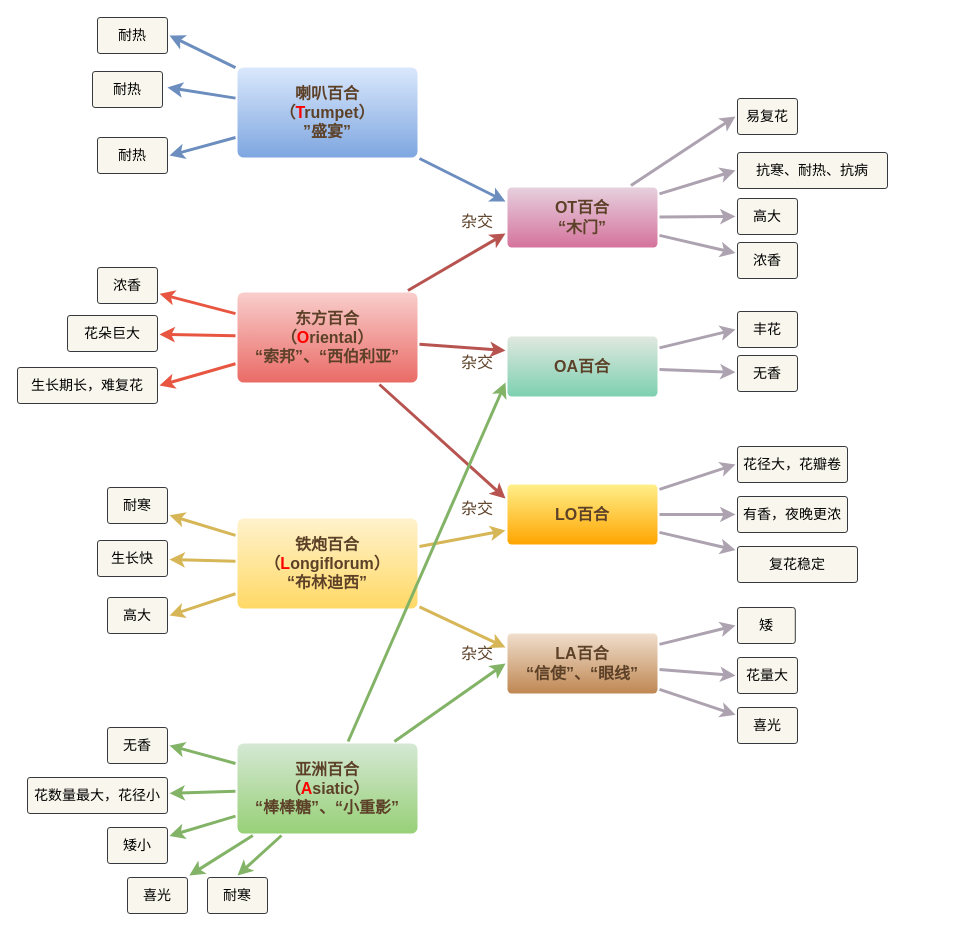
This is botany/lily.drawio from tpcx/draw-public, a draw.io file, before an edit. Source tidied: cells renumbered, new cells numbered last; positions are measured from the earlier drawing's top-left corner, leaving out a move shared by most shapes. Both pictures are drawn from the tidied source at 100%, with x=0, y=0 at pixel (17, 17).
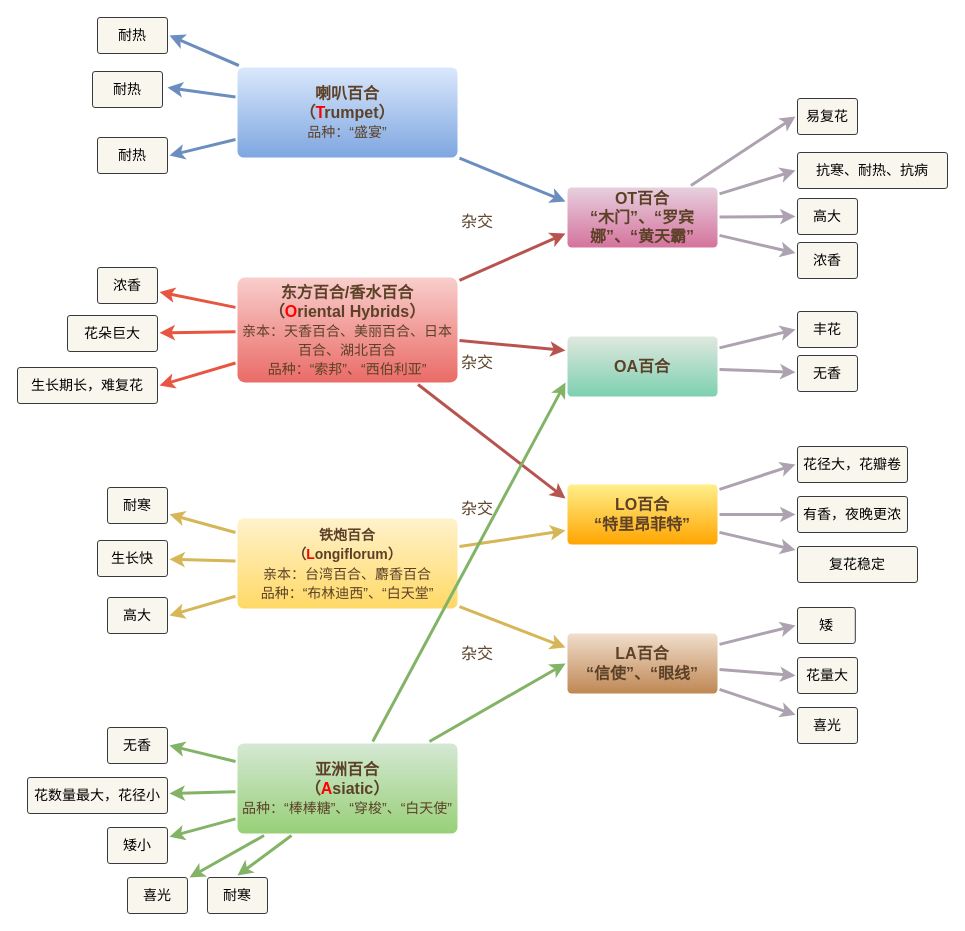
After the change.

The edit, as a diff of the source:
```diff
@@
-    <mxCell id="13" value="东方百合&lt;br&gt;（&lt;font color=&quot;#ff0000&quot;&gt;O&lt;/font&gt;riental）&lt;br style=&quot;font-size: 16px&quot;&gt;“索邦”、“西伯利亚”" style="rounded=1;whiteSpace=wrap;html=1;shadow=0;labelBackgroundColor=none;strokeWidth=3;fontFamily=Helvetica;fontSize=16;align=center;spacing=5;fontStyle=1;arcSize=7;perimeterSpacing=2;fillColor=#f8cecc;gradientColor=#ea6b66;strokeColor=none;fontColor=#5C4128;" parent="1" vertex="1">
-      <mxGeometry x="220" y="275" width="180" height="90" as="geometry" />
+    <mxCell id="13" value="东方百合/香水百合&lt;br&gt;（&lt;font color=&quot;#ff0000&quot;&gt;O&lt;/font&gt;riental Hybrids）&lt;br&gt;&lt;span style=&quot;font-weight: normal ; font-size: 14px&quot;&gt;亲本：天香百合、美丽百合、日本百合、湖北百合&lt;br&gt;品种：“索邦”、“西伯利亚”&lt;/span&gt;" style="rounded=1;whiteSpace=wrap;html=1;shadow=0;labelBackgroundColor=none;strokeWidth=3;fontFamily=Helvetica;fontSize=16;align=center;spacing=5;fontStyle=1;arcSize=7;perimeterSpacing=2;fillColor=#f8cecc;gradientColor=#ea6b66;strokeColor=none;fontColor=#5C4128;" parent="1" vertex="1">
+      <mxGeometry x="220" y="260" width="220" height="105" as="geometry" />
     </mxCell>
@@
-    <mxCell id="17" value="&lt;font style=&quot;font-size: 16px&quot;&gt;铁炮百合&lt;br&gt;（&lt;font color=&quot;#ff0000&quot;&gt;L&lt;/font&gt;ongiflorum）&lt;br style=&quot;font-size: 16px&quot;&gt;“布林迪西”&lt;br style=&quot;font-size: 16px&quot;&gt;&lt;/font&gt;" style="rounded=1;whiteSpace=wrap;html=1;shadow=0;labelBackgroundColor=none;strokeWidth=3;fontFamily=Helvetica;fontSize=16;align=center;spacing=5;fontStyle=1;arcSize=7;perimeterSpacing=2;gradientColor=#ffd966;fillColor=#fff2cc;strokeColor=none;fontColor=#5C4128;" parent="1" vertex="1">
-      <mxGeometry x="220" y="501" width="180" height="90" as="geometry" />
+    <mxCell id="17" value="&lt;font style=&quot;font-size: 14px&quot;&gt;铁炮百合&lt;br&gt;（&lt;font color=&quot;#ff0000&quot;&gt;L&lt;/font&gt;ongiflorum）&lt;br&gt;&lt;span style=&quot;font-weight: normal&quot;&gt;亲本：台湾百合、麝香百合&lt;br&gt;品种：“布林迪西”、“白天堂”&lt;/span&gt;&lt;br style=&quot;font-size: 16px&quot;&gt;&lt;/font&gt;" style="rounded=1;whiteSpace=wrap;html=1;shadow=0;labelBackgroundColor=none;strokeWidth=3;fontFamily=Helvetica;fontSize=16;align=center;spacing=5;fontStyle=1;arcSize=7;perimeterSpacing=2;gradientColor=#ffd966;fillColor=#fff2cc;strokeColor=none;fontColor=#5C4128;" parent="1" vertex="1">
+      <mxGeometry x="220" y="501" width="220" height="90" as="geometry" />
     </mxCell>
-    <mxCell id="18" value="亚洲百合&lt;br&gt;（&lt;font color=&quot;#ff0000&quot;&gt;A&lt;/font&gt;siatic）&lt;br style=&quot;font-size: 16px&quot;&gt;“棒棒糖”、“小重影”" style="rounded=1;whiteSpace=wrap;html=1;shadow=0;labelBackgroundColor=none;strokeWidth=3;fontFamily=Helvetica;fontSize=16;align=center;spacing=5;fontStyle=1;arcSize=7;perimeterSpacing=2;fillColor=#d5e8d4;gradientColor=#97d077;strokeColor=none;fontColor=#5C4128;" parent="1" vertex="1">
-      <mxGeometry x="220" y="726" width="180" height="90" as="geometry" />
+    <mxCell id="18" value="亚洲百合&lt;br&gt;（&lt;font color=&quot;#ff0000&quot;&gt;A&lt;/font&gt;siatic）&lt;br style=&quot;font-size: 16px&quot;&gt;&lt;span style=&quot;font-weight: normal&quot;&gt;&lt;font style=&quot;font-size: 14px&quot;&gt;品种：“棒棒糖”、“穿梭”、“白天使”&lt;/font&gt;&lt;/span&gt;" style="rounded=1;whiteSpace=wrap;html=1;shadow=0;labelBackgroundColor=none;strokeWidth=3;fontFamily=Helvetica;fontSize=16;align=center;spacing=5;fontStyle=1;arcSize=7;perimeterSpacing=2;fillColor=#d5e8d4;gradientColor=#97d077;strokeColor=none;fontColor=#5C4128;" parent="1" vertex="1">
+      <mxGeometry x="220" y="726" width="220" height="90" as="geometry" />
     </mxCell>
@@
-    <mxCell id="22" value="喇叭百合&lt;br&gt;（&lt;font color=&quot;#ff0000&quot;&gt;T&lt;/font&gt;rumpet）&lt;br style=&quot;font-size: 16px&quot;&gt;”盛宴”" style="rounded=1;whiteSpace=wrap;html=1;shadow=0;labelBackgroundColor=none;strokeWidth=3;fontFamily=Helvetica;fontSize=16;align=center;spacing=5;fontStyle=1;arcSize=7;perimeterSpacing=2;fillColor=#dae8fc;gradientColor=#7ea6e0;strokeColor=none;fontColor=#5C4128;" parent="1" vertex="1">
-      <mxGeometry x="220" y="50" width="180" height="90" as="geometry" />
+    <mxCell id="22" value="喇叭百合&lt;br&gt;（&lt;font color=&quot;#ff0000&quot;&gt;T&lt;/font&gt;rumpet）&lt;br style=&quot;font-size: 16px&quot;&gt;&lt;span style=&quot;font-weight: normal&quot;&gt;&lt;font style=&quot;font-size: 14px&quot;&gt;品种：“盛宴”&lt;/font&gt;&lt;/span&gt;" style="rounded=1;whiteSpace=wrap;html=1;shadow=0;labelBackgroundColor=none;strokeWidth=3;fontFamily=Helvetica;fontSize=16;align=center;spacing=5;fontStyle=1;arcSize=7;perimeterSpacing=2;fillColor=#dae8fc;gradientColor=#7ea6e0;strokeColor=none;fontColor=#5C4128;" parent="1" vertex="1">
+      <mxGeometry x="220" y="50" width="220" height="90" as="geometry" />
     </mxCell>
@@
-    <mxCell id="26" value="LO百合" style="rounded=1;whiteSpace=wrap;html=1;shadow=0;labelBackgroundColor=none;strokeWidth=3;fontFamily=Helvetica;fontSize=16;align=center;spacing=5;fontStyle=1;arcSize=7;perimeterSpacing=2;gradientColor=#ffa500;strokeColor=none;fontColor=#5C4128;fillColor=#FFEF8A;" parent="1" vertex="1">
-      <mxGeometry x="490" y="467" width="150" height="60" as="geometry" />
+    <mxCell id="26" value="LO百合&lt;br&gt;“特里昂菲特”" style="rounded=1;whiteSpace=wrap;html=1;shadow=0;labelBackgroundColor=none;strokeWidth=3;fontFamily=Helvetica;fontSize=16;align=center;spacing=5;fontStyle=1;arcSize=7;perimeterSpacing=2;gradientColor=#ffa500;strokeColor=none;fontColor=#5C4128;fillColor=#FFEF8A;" parent="1" vertex="1">
+      <mxGeometry x="550" y="467" width="150" height="60" as="geometry" />
     </mxCell>
     <mxCell id="27" value="LA百合&lt;br style=&quot;font-size: 16px;&quot;&gt;“信使”、“眼线”" style="rounded=1;whiteSpace=wrap;html=1;shadow=0;labelBackgroundColor=none;strokeWidth=3;fontFamily=Helvetica;fontSize=16;align=center;spacing=5;fontStyle=1;arcSize=7;perimeterSpacing=2;strokeColor=none;fontColor=#5C4128;gradientColor=#BF8753;fillColor=#F0DECC;" parent="1" vertex="1">
-      <mxGeometry x="490" y="616" width="150" height="60" as="geometry" />
+      <mxGeometry x="550" y="616" width="150" height="60" as="geometry" />
     </mxCell>
@@
-    <mxCell id="30" value="OT百合&lt;br&gt;“木门”" style="rounded=1;whiteSpace=wrap;html=1;shadow=0;labelBackgroundColor=none;strokeWidth=3;fontFamily=Helvetica;fontSize=16;align=center;spacing=5;fontStyle=1;arcSize=7;perimeterSpacing=2;gradientColor=#d5739d;fillColor=#e6d0de;strokeColor=none;fontColor=#5C4128;" parent="1" vertex="1">
-      <mxGeometry x="490" y="170" width="150" height="60" as="geometry" />
+    <mxCell id="30" value="OT百合&lt;br&gt;“木门”、“罗宾娜”、“黄天霸”" style="rounded=1;whiteSpace=wrap;html=1;shadow=0;labelBackgroundColor=none;strokeWidth=3;fontFamily=Helvetica;fontSize=16;align=center;spacing=5;fontStyle=1;arcSize=7;perimeterSpacing=2;gradientColor=#d5739d;fillColor=#e6d0de;strokeColor=none;fontColor=#5C4128;" parent="1" vertex="1">
+      <mxGeometry x="550" y="170" width="150" height="60" as="geometry" />
     </mxCell>
@@
     <mxCell id="33" value="OA百合" style="rounded=1;whiteSpace=wrap;html=1;shadow=0;labelBackgroundColor=none;strokeWidth=3;fontFamily=Helvetica;fontSize=16;align=center;spacing=5;fontStyle=1;arcSize=7;perimeterSpacing=2;gradientColor=#7DD0B1;fillColor=#E0E8DF;strokeColor=none;fontColor=#5C4128;" parent="1" vertex="1">
-      <mxGeometry x="490" y="319" width="150" height="60" as="geometry" />
+      <mxGeometry x="550" y="319" width="150" height="60" as="geometry" />
     </mxCell>
@@
     <mxCell id="44" value="易复花" style="rounded=1;whiteSpace=wrap;html=1;shadow=0;labelBackgroundColor=none;strokeColor=#36393d;strokeWidth=1;fillColor=#f9f7ed;fontFamily=Helvetica;fontSize=14;align=center;spacing=5;fontStyle=0;arcSize=7;perimeterSpacing=2;" parent="1" vertex="1">
-      <mxGeometry x="720" y="81" width="60" height="36" as="geometry" />
+      <mxGeometry x="780" y="81" width="60" height="36" as="geometry" />
     </mxCell>
     <mxCell id="45" value="高大" style="rounded=1;whiteSpace=wrap;html=1;shadow=0;labelBackgroundColor=none;strokeColor=#36393d;strokeWidth=1;fillColor=#f9f7ed;fontFamily=Helvetica;fontSize=14;align=center;spacing=5;fontStyle=0;arcSize=7;perimeterSpacing=2;" parent="1" vertex="1">
-      <mxGeometry x="720" y="181" width="60" height="36" as="geometry" />
+      <mxGeometry x="780" y="181" width="60" height="36" as="geometry" />
     </mxCell>
     <mxCell id="46" value="浓香" style="rounded=1;whiteSpace=wrap;html=1;shadow=0;labelBackgroundColor=none;strokeColor=#36393d;strokeWidth=1;fillColor=#f9f7ed;fontFamily=Helvetica;fontSize=14;align=center;spacing=5;fontStyle=0;arcSize=7;perimeterSpacing=2;" parent="1" vertex="1">
-      <mxGeometry x="720" y="225" width="60" height="36" as="geometry" />
+      <mxGeometry x="780" y="225" width="60" height="36" as="geometry" />
     </mxCell>
     <mxCell id="47" value="抗寒、耐热、抗病" style="rounded=1;whiteSpace=wrap;html=1;shadow=0;labelBackgroundColor=none;strokeColor=#36393d;strokeWidth=1;fillColor=#f9f7ed;fontFamily=Helvetica;fontSize=14;align=center;spacing=5;fontStyle=0;arcSize=7;perimeterSpacing=2;" parent="1" vertex="1">
-      <mxGeometry x="720" y="135" width="150" height="36" as="geometry" />
+      <mxGeometry x="780" y="135" width="150" height="36" as="geometry" />
     </mxCell>
@@
     <mxCell id="55" value="花量大" style="rounded=1;whiteSpace=wrap;html=1;shadow=0;labelBackgroundColor=none;strokeColor=#36393d;strokeWidth=1;fillColor=#f9f7ed;fontFamily=Helvetica;fontSize=14;align=center;spacing=5;fontStyle=0;arcSize=7;perimeterSpacing=2;" parent="1" vertex="1">
-      <mxGeometry x="720" y="640" width="60" height="36" as="geometry" />
+      <mxGeometry x="780" y="640" width="60" height="36" as="geometry" />
     </mxCell>
     <mxCell id="56" value="喜光" style="rounded=1;whiteSpace=wrap;html=1;shadow=0;labelBackgroundColor=none;strokeColor=#36393d;strokeWidth=1;fillColor=#f9f7ed;fontFamily=Helvetica;fontSize=14;align=center;spacing=5;fontStyle=0;arcSize=7;perimeterSpacing=2;" parent="1" vertex="1">
-      <mxGeometry x="720" y="690" width="60" height="36" as="geometry" />
+      <mxGeometry x="780" y="690" width="60" height="36" as="geometry" />
     </mxCell>
     <mxCell id="57" value="矮" style="rounded=1;whiteSpace=wrap;html=1;shadow=0;labelBackgroundColor=none;strokeColor=#36393d;strokeWidth=1;fillColor=#f9f7ed;fontFamily=Helvetica;fontSize=14;align=center;spacing=5;fontStyle=0;arcSize=7;perimeterSpacing=2;" parent="1" vertex="1">
-      <mxGeometry x="720" y="590" width="57.8" height="36" as="geometry" />
+      <mxGeometry x="780" y="590" width="57.8" height="36" as="geometry" />
     </mxCell>
@@
     <mxCell id="64" value="有香，夜晚更浓" style="rounded=1;whiteSpace=wrap;html=1;shadow=0;labelBackgroundColor=none;strokeColor=#36393d;strokeWidth=1;fillColor=#f9f7ed;fontFamily=Helvetica;fontSize=14;align=center;spacing=5;fontStyle=0;arcSize=7;perimeterSpacing=2;" parent="1" vertex="1">
-      <mxGeometry x="720" y="479" width="110" height="36" as="geometry" />
+      <mxGeometry x="780" y="479" width="110" height="36" as="geometry" />
     </mxCell>
     <mxCell id="65" value="复花稳定" style="rounded=1;whiteSpace=wrap;html=1;shadow=0;labelBackgroundColor=none;strokeColor=#36393d;strokeWidth=1;fillColor=#f9f7ed;fontFamily=Helvetica;fontSize=14;align=center;spacing=5;fontStyle=0;arcSize=7;perimeterSpacing=2;" parent="1" vertex="1">
-      <mxGeometry x="720" y="529" width="120" height="36" as="geometry" />
+      <mxGeometry x="780" y="529" width="120" height="36" as="geometry" />
     </mxCell>
     <mxCell id="66" value="花径大，花瓣卷" style="rounded=1;whiteSpace=wrap;html=1;shadow=0;labelBackgroundColor=none;strokeColor=#36393d;strokeWidth=1;fillColor=#f9f7ed;fontFamily=Helvetica;fontSize=14;align=center;spacing=5;fontStyle=0;arcSize=7;perimeterSpacing=2;" parent="1" vertex="1">
-      <mxGeometry x="720" y="429" width="110" height="36" as="geometry" />
+      <mxGeometry x="780" y="429" width="110" height="36" as="geometry" />
     </mxCell>
@@
     <mxCell id="70" value="丰花" style="rounded=1;whiteSpace=wrap;html=1;shadow=0;labelBackgroundColor=none;strokeColor=#36393d;strokeWidth=1;fillColor=#f9f7ed;fontFamily=Helvetica;fontSize=14;align=center;spacing=5;fontStyle=0;arcSize=7;perimeterSpacing=2;" parent="1" vertex="1">
-      <mxGeometry x="720" y="294" width="60" height="36" as="geometry" />
+      <mxGeometry x="780" y="294" width="60" height="36" as="geometry" />
     </mxCell>
     <mxCell id="71" value="无香" style="rounded=1;whiteSpace=wrap;html=1;shadow=0;labelBackgroundColor=none;strokeColor=#36393d;strokeWidth=1;fillColor=#f9f7ed;fontFamily=Helvetica;fontSize=14;align=center;spacing=5;fontStyle=0;arcSize=7;perimeterSpacing=2;" parent="1" vertex="1">
-      <mxGeometry x="720" y="338" width="60" height="36" as="geometry" />
+      <mxGeometry x="780" y="338" width="60" height="36" as="geometry" />
     </mxCell>
```
